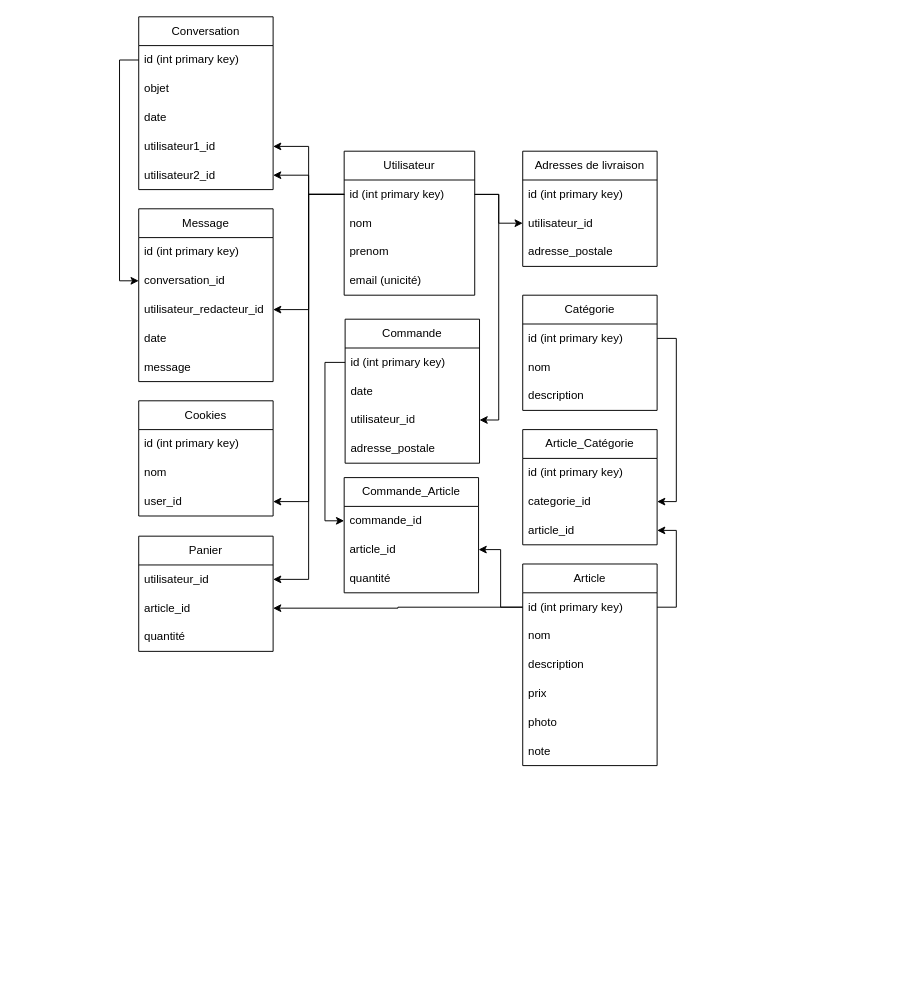
The draw.io diagram BDD Amazon IPI TP.drawio in mathiasSuchail/diagram, before the edit. Source tidied: cells renumbered, new cells numbered last; positions are measured from the earlier drawing's top-left corner, leaving out a move shared by most shapes. Both pictures are drawn from the tidied source at 96%, with x=0, y=0 at pixel (138, 16).
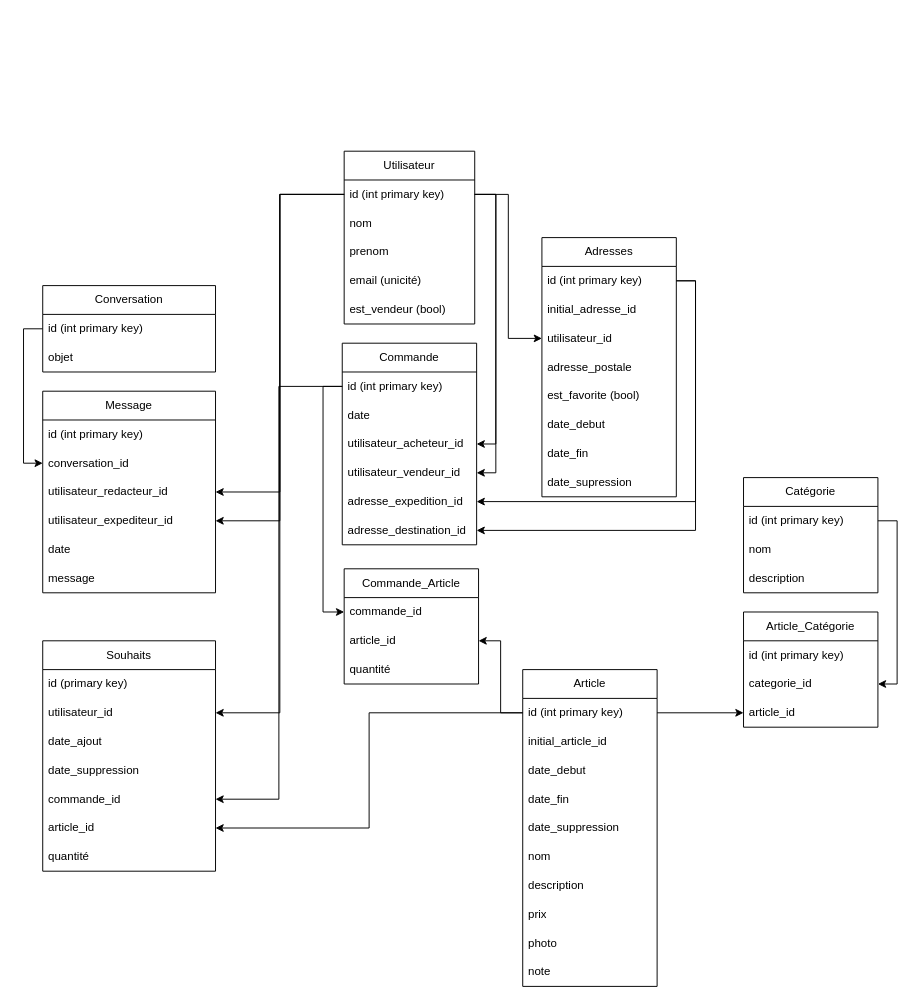
The same diagram, later.

Commit message:
Mettre à jour BDD Amazon IPI TP.drawio

Unchanged cells that the change refers to:
```xml
<mxCell id="3" value="id (int primary key)" style="text;strokeColor=none;fillColor=none;align=left;verticalAlign=middle;spacingLeft=4;spacingRight=4;overflow=hidden;points=[[0,0.5],[1,0.5]];portConstraint=eastwest;whiteSpace=wrap;html=1;" parent="2" vertex="1">
  <mxGeometry y="30" width="136" height="30" as="geometry" />
</mxCell>
<mxCell id="15" value="id (int primary key)" style="text;strokeColor=none;fillColor=none;align=left;verticalAlign=middle;spacingLeft=4;spacingRight=4;overflow=hidden;points=[[0,0.5],[1,0.5]];portConstraint=eastwest;whiteSpace=wrap;html=1;" parent="14" vertex="1">
  <mxGeometry y="30" width="140" height="30" as="geometry" />
</mxCell>
<mxCell id="30" value="id (int primary key)" style="text;strokeColor=none;fillColor=none;align=left;verticalAlign=middle;spacingLeft=4;spacingRight=4;overflow=hidden;points=[[0,0.5],[1,0.5]];portConstraint=eastwest;whiteSpace=wrap;html=1;" parent="29" vertex="1">
  <mxGeometry y="30" width="140" height="30" as="geometry" />
</mxCell>
```

What changed in the source:
```diff
@@
     <mxCell id="2" value="Utilisateur" style="swimlane;fontStyle=0;horizontal=1;startSize=30;whiteSpace=wrap;html=1;" parent="1" vertex="1">
-      <mxGeometry x="214" y="140" width="136" height="150" as="geometry" />
+      <mxGeometry x="214" y="140" width="136" height="180" as="geometry" />
     </mxCell>
@@
+    <mxCell id="68" value="est_vendeur (bool)" style="text;strokeColor=none;fillColor=none;align=left;verticalAlign=middle;spacingLeft=4;spacingRight=4;overflow=hidden;whiteSpace=wrap;html=1;" parent="2" vertex="1">
+      <mxGeometry y="150" width="136" height="30" as="geometry" />
+    </mxCell>
     <mxCell id="7" value="Article" style="swimlane;fontStyle=0;horizontal=1;startSize=30;whiteSpace=wrap;html=1;" parent="1" vertex="1">
-      <mxGeometry x="400" y="570" width="140" height="210" as="geometry" />
+      <mxGeometry x="400" y="680" width="140" height="330" as="geometry" />
     </mxCell>
@@
+    <mxCell id="69" value="initial_article_id" style="text;strokeColor=none;fillColor=none;align=left;verticalAlign=middle;spacingLeft=4;spacingRight=4;overflow=hidden;whiteSpace=wrap;html=1;" parent="7" vertex="1">
+      <mxGeometry y="60" width="140" height="30" as="geometry" />
+    </mxCell>
+    <mxCell id="70" value="date_debut" style="text;strokeColor=none;fillColor=none;align=left;verticalAlign=middle;spacingLeft=4;spacingRight=4;overflow=hidden;whiteSpace=wrap;html=1;" parent="7" vertex="1">
+      <mxGeometry y="90" width="140" height="30" as="geometry" />
+    </mxCell>
+    <mxCell id="71" value="date_fin" style="text;strokeColor=none;fillColor=none;align=left;verticalAlign=middle;spacingLeft=4;spacingRight=4;overflow=hidden;whiteSpace=wrap;html=1;" parent="7" vertex="1">
+      <mxGeometry y="120" width="140" height="30" as="geometry" />
+    </mxCell>
+    <mxCell id="72" value="date_suppression" style="text;strokeColor=none;fillColor=none;align=left;verticalAlign=middle;spacingLeft=4;spacingRight=4;overflow=hidden;whiteSpace=wrap;html=1;" parent="7" vertex="1">
+      <mxGeometry y="150" width="140" height="30" as="geometry" />
+    </mxCell>
     <mxCell id="9" value="nom" style="text;strokeColor=none;fillColor=none;align=left;verticalAlign=middle;spacingLeft=4;spacingRight=4;overflow=hidden;whiteSpace=wrap;html=1;" parent="7" vertex="1">
-      <mxGeometry y="60" width="140" height="30" as="geometry" />
+      <mxGeometry y="180" width="140" height="30" as="geometry" />
     </mxCell>
     <mxCell id="10" value="description" style="text;strokeColor=none;fillColor=none;align=left;verticalAlign=middle;spacingLeft=4;spacingRight=4;overflow=hidden;whiteSpace=wrap;html=1;" parent="7" vertex="1">
-      <mxGeometry y="90" width="140" height="30" as="geometry" />
+      <mxGeometry y="210" width="140" height="30" as="geometry" />
     </mxCell>
     <mxCell id="11" value="prix" style="text;strokeColor=none;fillColor=none;align=left;verticalAlign=middle;spacingLeft=4;spacingRight=4;overflow=hidden;whiteSpace=wrap;html=1;" parent="7" vertex="1">
-      <mxGeometry y="120" width="140" height="30" as="geometry" />
+      <mxGeometry y="240" width="140" height="30" as="geometry" />
     </mxCell>
     <mxCell id="12" value="photo" style="text;strokeColor=none;fillColor=none;align=left;verticalAlign=middle;spacingLeft=4;spacingRight=4;overflow=hidden;whiteSpace=wrap;html=1;" parent="7" vertex="1">
-      <mxGeometry y="150" width="140" height="30" as="geometry" />
+      <mxGeometry y="270" width="140" height="30" as="geometry" />
     </mxCell>
     <mxCell id="13" value="note" style="text;strokeColor=none;fillColor=none;align=left;verticalAlign=middle;spacingLeft=4;spacingRight=4;overflow=hidden;whiteSpace=wrap;html=1;" parent="7" vertex="1">
-      <mxGeometry y="180" width="140" height="30" as="geometry" />
+      <mxGeometry y="300" width="140" height="30" as="geometry" />
     </mxCell>
     <mxCell id="14" value="Commande" style="swimlane;fontStyle=0;horizontal=1;startSize=30;whiteSpace=wrap;html=1;" parent="1" vertex="1">
-      <mxGeometry x="215" y="315" width="140" height="150" as="geometry" />
+      <mxGeometry x="212" y="340" width="140" height="210" as="geometry" />
     </mxCell>
@@
-    <mxCell id="17" value="utilisateur_id" style="text;strokeColor=none;fillColor=none;align=left;verticalAlign=middle;spacingLeft=4;spacingRight=4;overflow=hidden;points=[[0,0.5],[1,0.5]];portConstraint=eastwest;whiteSpace=wrap;html=1;" parent="14" vertex="1">
+    <mxCell id="17" value="utilisateur_acheteur_id" style="text;strokeColor=none;fillColor=none;align=left;verticalAlign=middle;spacingLeft=4;spacingRight=4;overflow=hidden;points=[[0,0.5],[1,0.5]];portConstraint=eastwest;whiteSpace=wrap;html=1;" parent="14" vertex="1">
       <mxGeometry y="90" width="140" height="30" as="geometry" />
     </mxCell>
+    <mxCell id="73" value="utilisateur_vendeur_id" style="text;strokeColor=none;fillColor=none;align=left;verticalAlign=middle;spacingLeft=4;spacingRight=4;overflow=hidden;points=[[0,0.5],[1,0.5]];portConstraint=eastwest;whiteSpace=wrap;html=1;" parent="14" vertex="1">
+      <mxGeometry y="120" width="140" height="30" as="geometry" />
+    </mxCell>
-    <mxCell id="18" value="adresse_postale" style="text;strokeColor=none;fillColor=none;align=left;verticalAlign=middle;spacingLeft=4;spacingRight=4;overflow=hidden;points=[[0,0.5],[1,0.5]];portConstraint=eastwest;whiteSpace=wrap;html=1;" parent="14" vertex="1">
-      <mxGeometry y="120" width="140" height="30" as="geometry" />
+    <mxCell id="18" value="adresse_expedition_id" style="text;strokeColor=none;fillColor=none;align=left;verticalAlign=middle;spacingLeft=4;spacingRight=4;overflow=hidden;points=[[0,0.5],[1,0.5]];portConstraint=eastwest;whiteSpace=wrap;html=1;" parent="14" vertex="1">
+      <mxGeometry y="150" width="140" height="30" as="geometry" />
     </mxCell>
+    <mxCell id="74" value="adresse_destination_id" style="text;strokeColor=none;fillColor=none;align=left;verticalAlign=middle;spacingLeft=4;spacingRight=4;overflow=hidden;points=[[0,0.5],[1,0.5]];portConstraint=eastwest;whiteSpace=wrap;html=1;" parent="14" vertex="1">
+      <mxGeometry y="180" width="140" height="30" as="geometry" />
+    </mxCell>
     <mxCell id="19" value="Catégorie" style="swimlane;fontStyle=0;horizontal=1;startSize=30;whiteSpace=wrap;html=1;" parent="1" vertex="1">
-      <mxGeometry x="400" y="290" width="140" height="120" as="geometry" />
+      <mxGeometry x="630" y="480" width="140" height="120" as="geometry" />
     </mxCell>
@@
     <mxCell id="23" value="Message" style="swimlane;fontStyle=0;horizontal=1;startSize=30;whiteSpace=wrap;html=1;" parent="1" vertex="1">
-      <mxGeometry y="200" width="140" height="180" as="geometry" />
+      <mxGeometry x="-100" y="390" width="180" height="210" as="geometry" />
     </mxCell>
     <mxCell id="24" value="id (int primary key)" style="text;strokeColor=none;fillColor=none;align=left;verticalAlign=middle;spacingLeft=4;spacingRight=4;overflow=hidden;whiteSpace=wrap;html=1;" parent="23" vertex="1">
-      <mxGeometry y="30" width="140" height="30" as="geometry" />
+      <mxGeometry y="30" width="180" height="30" as="geometry" />
     </mxCell>
     <mxCell id="25" value="conversation_id" style="text;strokeColor=none;fillColor=none;align=left;verticalAlign=middle;spacingLeft=4;spacingRight=4;overflow=hidden;points=[[0,0.5],[1,0.5]];portConstraint=eastwest;whiteSpace=wrap;html=1;" parent="23" vertex="1">
-      <mxGeometry y="60" width="140" height="30" as="geometry" />
+      <mxGeometry y="60" width="180" height="30" as="geometry" />
     </mxCell>
     <mxCell id="26" value="utilisateur_redacteur_id" style="text;strokeColor=none;fillColor=none;align=left;verticalAlign=middle;spacingLeft=4;spacingRight=4;overflow=hidden;points=[[0,0.5],[1,0.5]];portConstraint=eastwest;whiteSpace=wrap;html=1;" parent="23" vertex="1">
-      <mxGeometry y="90" width="140" height="30" as="geometry" />
+      <mxGeometry y="90" width="180" height="30" as="geometry" />
     </mxCell>
+    <mxCell id="75" value="&lt;div&gt;utilisateur_expediteur_id&lt;/div&gt;" style="text;strokeColor=none;fillColor=none;align=left;verticalAlign=middle;spacingLeft=4;spacingRight=4;overflow=hidden;points=[[0,0.5],[1,0.5]];portConstraint=eastwest;whiteSpace=wrap;html=1;" parent="23" vertex="1">
+      <mxGeometry y="120" width="180" height="30" as="geometry" />
+    </mxCell>
     <mxCell id="27" value="date" style="text;strokeColor=none;fillColor=none;align=left;verticalAlign=middle;spacingLeft=4;spacingRight=4;overflow=hidden;whiteSpace=wrap;html=1;" parent="23" vertex="1">
-      <mxGeometry y="120" width="140" height="30" as="geometry" />
+      <mxGeometry y="150" width="180" height="30" as="geometry" />
     </mxCell>
     <mxCell id="28" value="message" style="text;strokeColor=none;fillColor=none;align=left;verticalAlign=middle;spacingLeft=4;spacingRight=4;overflow=hidden;whiteSpace=wrap;html=1;" parent="23" vertex="1">
-      <mxGeometry y="150" width="140" height="30" as="geometry" />
+      <mxGeometry y="180" width="180" height="30" as="geometry" />
     </mxCell>
-    <mxCell id="29" value="Adresses de livraison" style="swimlane;fontStyle=0;horizontal=1;startSize=30;whiteSpace=wrap;html=1;" parent="1" vertex="1">
-      <mxGeometry x="400" y="140" width="140" height="120" as="geometry" />
+    <mxCell id="29" value="Adresses" style="swimlane;fontStyle=0;horizontal=1;startSize=30;whiteSpace=wrap;html=1;" parent="1" vertex="1">
+      <mxGeometry x="420" y="230" width="140" height="270" as="geometry" />
     </mxCell>
@@
+    <mxCell id="76" value="initial_adresse_id" style="text;strokeColor=none;fillColor=none;align=left;verticalAlign=middle;spacingLeft=4;spacingRight=4;overflow=hidden;whiteSpace=wrap;html=1;" parent="29" vertex="1">
+      <mxGeometry y="60" width="140" height="30" as="geometry" />
+    </mxCell>
     <mxCell id="31" value="utilisateur_id" style="text;strokeColor=none;fillColor=none;align=left;verticalAlign=middle;spacingLeft=4;spacingRight=4;overflow=hidden;points=[[0,0.5],[1,0.5]];portConstraint=eastwest;whiteSpace=wrap;html=1;" parent="29" vertex="1">
-      <mxGeometry y="60" width="140" height="30" as="geometry" />
+      <mxGeometry y="90" width="140" height="30" as="geometry" />
     </mxCell>
     <mxCell id="32" value="adresse_postale" style="text;strokeColor=none;fillColor=none;align=left;verticalAlign=middle;spacingLeft=4;spacingRight=4;overflow=hidden;whiteSpace=wrap;html=1;" parent="29" vertex="1">
-      <mxGeometry y="90" width="140" height="30" as="geometry" />
+      <mxGeometry y="120" width="140" height="30" as="geometry" />
     </mxCell>
-    <mxCell id="33" value="Cookies" style="swimlane;fontStyle=0;horizontal=1;startSize=30;whiteSpace=wrap;html=1;" parent="1" vertex="1">
-      <mxGeometry y="400" width="140" height="120" as="geometry" />
-    </mxCell>
-    <mxCell id="34" value="id (int primary key)" style="text;strokeColor=none;fillColor=none;align=left;verticalAlign=middle;spacingLeft=4;spacingRight=4;overflow=hidden;whiteSpace=wrap;html=1;" parent="33" vertex="1">
-      <mxGeometry y="30" width="140" height="30" as="geometry" />
-    </mxCell>
-    <mxCell id="35" value="nom" style="text;strokeColor=none;fillColor=none;align=left;verticalAlign=middle;spacingLeft=4;spacingRight=4;overflow=hidden;whiteSpace=wrap;html=1;" parent="33" vertex="1">
-      <mxGeometry y="60" width="140" height="30" as="geometry" />
-    </mxCell>
-    <mxCell id="36" value="user_id" style="text;strokeColor=none;fillColor=none;align=left;verticalAlign=middle;spacingLeft=4;spacingRight=4;overflow=hidden;points=[[0,0.5],[1,0.5]];portConstraint=eastwest;whiteSpace=wrap;html=1;" parent="33" vertex="1">
-      <mxGeometry y="90" width="140" height="30" as="geometry" />
-    </mxCell>
+    <mxCell id="77" value="est_favorite (bool)" style="text;strokeColor=none;fillColor=none;align=left;verticalAlign=middle;spacingLeft=4;spacingRight=4;overflow=hidden;whiteSpace=wrap;html=1;" parent="29" vertex="1">
+      <mxGeometry y="150" width="140" height="30" as="geometry" />
+    </mxCell>
+    <mxCell id="78" value="date_debut" style="text;strokeColor=none;fillColor=none;align=left;verticalAlign=middle;spacingLeft=4;spacingRight=4;overflow=hidden;whiteSpace=wrap;html=1;" parent="29" vertex="1">
+      <mxGeometry y="180" width="140" height="30" as="geometry" />
+    </mxCell>
+    <mxCell id="79" value="date_fin" style="text;strokeColor=none;fillColor=none;align=left;verticalAlign=middle;spacingLeft=4;spacingRight=4;overflow=hidden;whiteSpace=wrap;html=1;" parent="29" vertex="1">
+      <mxGeometry y="210" width="140" height="30" as="geometry" />
+    </mxCell>
+    <mxCell id="80" value="date_supression" style="text;strokeColor=none;fillColor=none;align=left;verticalAlign=middle;spacingLeft=4;spacingRight=4;overflow=hidden;whiteSpace=wrap;html=1;" parent="29" vertex="1">
+      <mxGeometry y="240" width="140" height="30" as="geometry" />
+    </mxCell>
     <mxCell id="37" value="Article_Catégorie" style="swimlane;fontStyle=0;horizontal=1;startSize=30;whiteSpace=wrap;html=1;" parent="1" vertex="1">
-      <mxGeometry x="400" y="430" width="140" height="120" as="geometry" />
+      <mxGeometry x="630" y="620" width="140" height="120" as="geometry" />
     </mxCell>
@@
     <mxCell id="41" value="Commande_Article" style="swimlane;fontStyle=0;horizontal=1;startSize=30;whiteSpace=wrap;html=1;" parent="1" vertex="1">
-      <mxGeometry x="214" y="480" width="140" height="120" as="geometry" />
+      <mxGeometry x="214" y="575" width="140" height="120" as="geometry" />
     </mxCell>
@@
-    <mxCell id="47" value="Panier" style="swimlane;fontStyle=0;horizontal=1;startSize=30;whiteSpace=wrap;html=1;" parent="1" vertex="1">
-      <mxGeometry y="541" width="140" height="120" as="geometry" />
+    <mxCell id="47" value="&lt;div&gt;Souhaits&lt;/div&gt;" style="swimlane;fontStyle=0;horizontal=1;startSize=30;whiteSpace=wrap;html=1;" parent="1" vertex="1">
+      <mxGeometry x="-100" y="650" width="180" height="240" as="geometry" />
     </mxCell>
+    <mxCell id="81" value="id (primary key)" style="text;strokeColor=none;fillColor=none;align=left;verticalAlign=middle;spacingLeft=4;spacingRight=4;overflow=hidden;whiteSpace=wrap;html=1;" parent="47" vertex="1">
+      <mxGeometry y="30" width="180" height="30" as="geometry" />
+    </mxCell>
     <mxCell id="48" value="utilisateur_id" style="text;strokeColor=none;fillColor=none;align=left;verticalAlign=middle;spacingLeft=4;spacingRight=4;overflow=hidden;points=[[0,0.5],[1,0.5]];portConstraint=eastwest;whiteSpace=wrap;html=1;" parent="47" vertex="1">
-      <mxGeometry y="30" width="140" height="30" as="geometry" />
+      <mxGeometry y="60" width="180" height="30" as="geometry" />
     </mxCell>
+    <mxCell id="82" value="date_ajout" style="text;strokeColor=none;fillColor=none;align=left;verticalAlign=middle;spacingLeft=4;spacingRight=4;overflow=hidden;whiteSpace=wrap;html=1;" parent="47" vertex="1">
+      <mxGeometry y="90" width="180" height="30" as="geometry" />
+    </mxCell>
+    <mxCell id="83" value="date_suppression" style="text;strokeColor=none;fillColor=none;align=left;verticalAlign=middle;spacingLeft=4;spacingRight=4;overflow=hidden;whiteSpace=wrap;html=1;" parent="47" vertex="1">
+      <mxGeometry y="120" width="180" height="30" as="geometry" />
+    </mxCell>
+    <mxCell id="84" value="&lt;div&gt;commande_id&lt;/div&gt;" style="text;strokeColor=none;fillColor=none;align=left;verticalAlign=middle;spacingLeft=4;spacingRight=4;overflow=hidden;points=[[0,0.5],[1,0.5]];portConstraint=eastwest;whiteSpace=wrap;html=1;" parent="47" vertex="1">
+      <mxGeometry y="150" width="180" height="30" as="geometry" />
+    </mxCell>
     <mxCell id="49" value="article_id&lt;br&gt;" style="text;strokeColor=none;fillColor=none;align=left;verticalAlign=middle;spacingLeft=4;spacingRight=4;overflow=hidden;points=[[0,0.5],[1,0.5]];portConstraint=eastwest;whiteSpace=wrap;html=1;" parent="47" vertex="1">
-      <mxGeometry y="60" width="140" height="30" as="geometry" />
+      <mxGeometry y="180" width="180" height="30" as="geometry" />
     </mxCell>
     <mxCell id="50" value="quantité" style="text;strokeColor=none;fillColor=none;align=left;verticalAlign=middle;spacingLeft=4;spacingRight=4;overflow=hidden;whiteSpace=wrap;html=1;" parent="47" vertex="1">
-      <mxGeometry y="90" width="140" height="30" as="geometry" />
+      <mxGeometry y="210" width="180" height="30" as="geometry" />
     </mxCell>
@@
-    <mxCell id="53" style="edgeStyle=orthogonalEdgeStyle;rounded=0;jettySize=auto;html=1;exitX=0;exitY=0.5;exitDx=0;exitDy=0;entryX=1;entryY=0.5;entryDx=0;entryDy=0;" parent="1" edge="1" source="3" target="36">
-      <mxGeometry relative="1" as="geometry" />
-    </mxCell>
     <mxCell id="54" value="Conversation" style="swimlane;fontStyle=0;horizontal=1;startSize=30;whiteSpace=wrap;html=1;" parent="1" vertex="1">
-      <mxGeometry width="140" height="180" as="geometry" />
+      <mxGeometry x="-100" y="280" width="180" height="90" as="geometry" />
     </mxCell>
     <mxCell id="55" value="id (int primary key)" style="text;strokeColor=none;fillColor=none;align=left;verticalAlign=middle;spacingLeft=4;spacingRight=4;overflow=hidden;points=[[0,0.5],[1,0.5]];portConstraint=eastwest;whiteSpace=wrap;html=1;" parent="54" vertex="1">
-      <mxGeometry y="30" width="140" height="30" as="geometry" />
+      <mxGeometry y="30" width="180" height="30" as="geometry" />
     </mxCell>
     <mxCell id="56" value="objet" style="text;strokeColor=none;fillColor=none;align=left;verticalAlign=middle;spacingLeft=4;spacingRight=4;overflow=hidden;whiteSpace=wrap;html=1;" parent="54" vertex="1">
-      <mxGeometry y="60" width="140" height="30" as="geometry" />
+      <mxGeometry y="60" width="180" height="30" as="geometry" />
     </mxCell>
-    <mxCell id="57" value="date" style="text;strokeColor=none;fillColor=none;align=left;verticalAlign=middle;spacingLeft=4;spacingRight=4;overflow=hidden;whiteSpace=wrap;html=1;" parent="54" vertex="1">
-      <mxGeometry y="90" width="140" height="30" as="geometry" />
-    </mxCell>
-    <mxCell id="58" value="utilisateur1_id" style="text;strokeColor=none;fillColor=none;align=left;verticalAlign=middle;spacingLeft=4;spacingRight=4;overflow=hidden;points=[[0,0.5],[1,0.5]];portConstraint=eastwest;whiteSpace=wrap;html=1;" parent="54" vertex="1">
-      <mxGeometry y="120" width="140" height="30" as="geometry" />
-    </mxCell>
-    <mxCell id="59" value="utilisateur2_id" style="text;strokeColor=none;fillColor=none;align=left;verticalAlign=middle;spacingLeft=4;spacingRight=4;overflow=hidden;points=[[0,0.5],[1,0.5]];portConstraint=eastwest;whiteSpace=wrap;html=1;" parent="54" vertex="1">
-      <mxGeometry y="150" width="140" height="30" as="geometry" />
-    </mxCell>
-    <mxCell id="60" style="edgeStyle=orthogonalEdgeStyle;rounded=0;jettySize=auto;html=1;exitX=0;exitY=0.5;exitDx=0;exitDy=0;entryX=1;entryY=0.5;entryDx=0;entryDy=0;" parent="1" edge="1" source="3" target="58">
-      <mxGeometry relative="1" as="geometry" />
-    </mxCell>
-    <mxCell id="61" style="edgeStyle=orthogonalEdgeStyle;rounded=0;jettySize=auto;html=1;exitX=0;exitY=0.5;exitDx=0;exitDy=0;entryX=1;entryY=0.5;entryDx=0;entryDy=0;" parent="1" edge="1" source="3" target="59">
-      <mxGeometry relative="1" as="geometry" />
-    </mxCell>
@@
+    <mxCell id="85" style="edgeStyle=orthogonalEdgeStyle;rounded=0;jettySize=auto;html=1;exitX=0;exitY=0.5;exitDx=0;exitDy=0;entryX=1;entryY=0.5;entryDx=0;entryDy=0;" parent="1" edge="1" source="3" target="75">
+      <mxGeometry relative="1" as="geometry" />
+    </mxCell>
+    <mxCell id="86" style="edgeStyle=orthogonalEdgeStyle;rounded=0;jettySize=auto;html=1;exitX=1;exitY=0.5;exitDx=0;exitDy=0;entryX=1;entryY=0.5;entryDx=0;entryDy=0;" parent="1" edge="1" source="3" target="73">
+      <mxGeometry relative="1" as="geometry" />
+    </mxCell>
+    <mxCell id="87" style="edgeStyle=orthogonalEdgeStyle;rounded=0;jettySize=auto;html=1;exitX=1;exitY=0.5;exitDx=0;exitDy=0;entryX=1;entryY=0.5;entryDx=0;entryDy=0;" parent="1" edge="1" source="30" target="18">
+      <mxGeometry relative="1" as="geometry" />
+    </mxCell>
+    <mxCell id="88" style="edgeStyle=orthogonalEdgeStyle;rounded=0;jettySize=auto;html=1;exitX=1;exitY=0.5;exitDx=0;exitDy=0;entryX=1;entryY=0.5;entryDx=0;entryDy=0;" parent="1" edge="1" source="30" target="74">
+      <mxGeometry relative="1" as="geometry" />
+    </mxCell>
+    <mxCell id="89" style="edgeStyle=orthogonalEdgeStyle;rounded=0;jettySize=auto;html=1;exitX=0;exitY=0.5;exitDx=0;exitDy=0;entryX=1;entryY=0.5;entryDx=0;entryDy=0;" parent="1" edge="1" source="15" target="84">
+      <mxGeometry relative="1" as="geometry" />
+    </mxCell>
```
